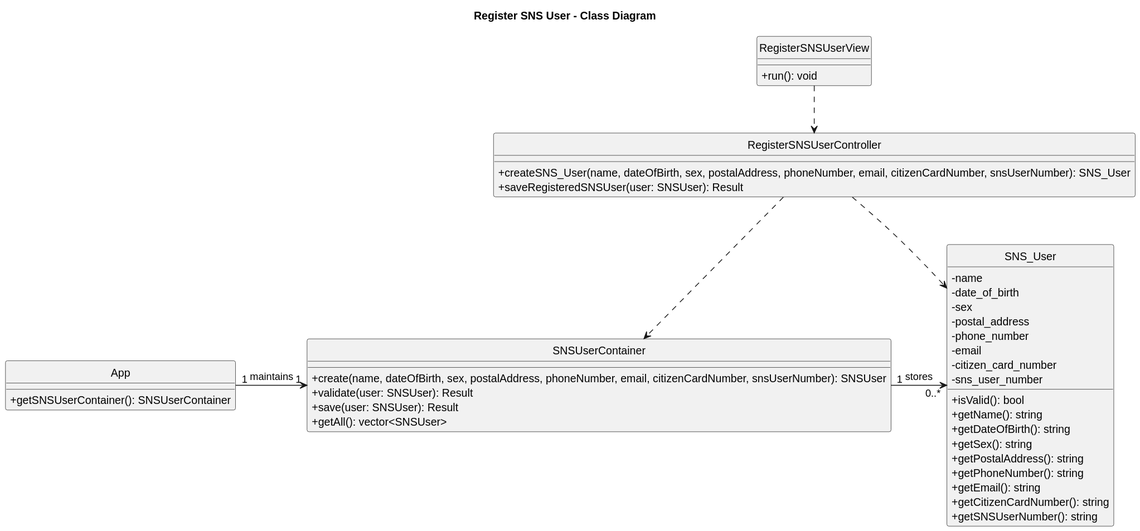
Earlier version of the PlantUML export docs/system-documentation/US20/svg/US20-CD.svg (Parafita123/leti-esoft-25-26-B1).
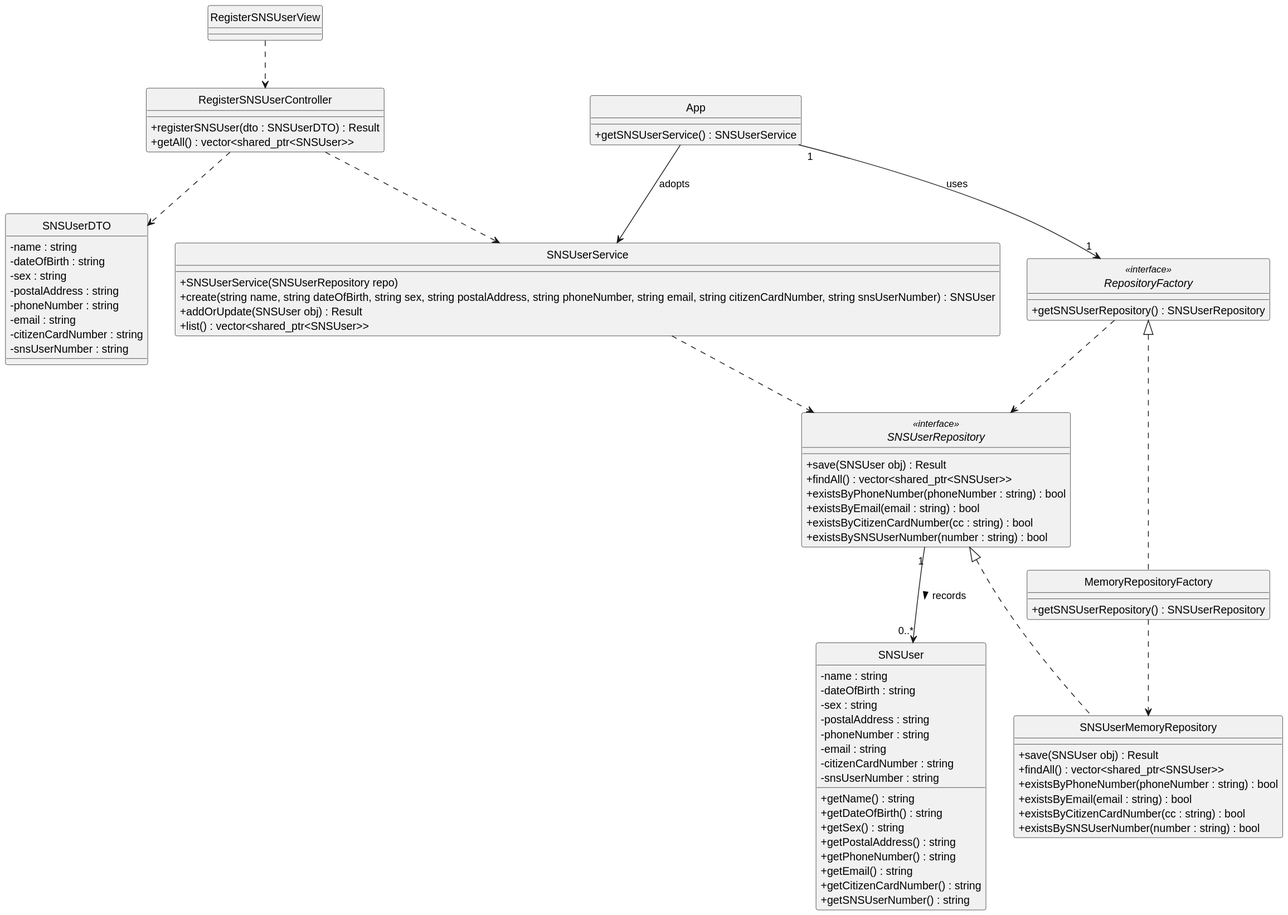
The same file after the commit.

Change to the diagram source:
```diff
@@ -3,51 +3,93 @@
 hide circle
 skinparam classAttributeIconSize 0
 
-title Register SNS User - Class Diagram
+class SNSUserDTO {
+  - name : string
+  - dateOfBirth : string
+  - sex : string
+  - postalAddress : string
+  - phoneNumber : string
+  - email : string
+  - citizenCardNumber : string
+  - snsUserNumber : string
+}
 
 class RegisterSNSUserView {
-    +run(): void
 }
 
 class RegisterSNSUserController {
-    +createSNS_User(name, dateOfBirth, sex, postalAddress, phoneNumber, email, citizenCardNumber, snsUserNumber): SNS_User
-    +saveRegisteredSNSUser(user: SNSUser): Result
-}
-
-class SNS_User {
-    - name
-    - date_of_birth
-    - sex
-    - postal_address
-    - phone_number
-    - email
-    - citizen_card_number
-    - sns_user_number
-    + isValid(): bool
-    + getName(): string
-    + getDateOfBirth(): string
-    + getSex(): string
-    + getPostalAddress(): string
-    + getPhoneNumber(): string
-    + getEmail(): string
-    + getCitizenCardNumber(): string
-    + getSNSUserNumber(): string
-}
-
-class SNSUserContainer {
-    + create(name, dateOfBirth, sex, postalAddress, phoneNumber, email, citizenCardNumber, snsUserNumber): SNSUser
-    + validate(user: SNSUser): Result
-    + save(user: SNSUser): Result
-    + getAll(): vector<SNSUser>
+  + registerSNSUser(dto : SNSUserDTO) : Result
+  + getAll() : vector<shared_ptr<SNSUser>>
 }
 
 class App {
-    + getSNSUserContainer(): SNSUserContainer
+  + getSNSUserService() : SNSUserService
+ }
+
+RegisterSNSUserView ..> RegisterSNSUserController
+RegisterSNSUserController ..> SNSUserDTO
+
+class SNSUserService {
+  + SNSUserService(SNSUserRepository repo)
+  + create(string name, string dateOfBirth, string sex, string postalAddress, string phoneNumber, string email, string citizenCardNumber, string snsUserNumber) : SNSUser
+  + addOrUpdate(SNSUser obj) : Result
+  + list() : vector<shared_ptr<SNSUser>>
 }
 
-App "1" -right-> "1" SNSUserContainer: maintains
-SNSUserContainer "1" -right-> "0..*" SNS_User: stores
-RegisterSNSUserView ..> RegisterSNSUserController
-RegisterSNSUserController ..> SNSUserContainer
-RegisterSNSUserController ..> SNS_User
+RegisterSNSUserController ..> SNSUserService
+
+interface SNSUserRepository <<interface>> {
+  + save(SNSUser obj) : Result
+  + findAll() : vector<shared_ptr<SNSUser>>
+  + existsByPhoneNumber(phoneNumber : string) : bool
+  + existsByEmail(email : string) : bool
+  + existsByCitizenCardNumber(cc : string) : bool
+  + existsBySNSUserNumber(number : string) : bool
+}
+
+class SNSUserMemoryRepository {
+  + save(SNSUser obj) : Result
+  + findAll() : vector<shared_ptr<SNSUser>>
+  + existsByPhoneNumber(phoneNumber : string) : bool
+  + existsByEmail(email : string) : bool
+  + existsByCitizenCardNumber(cc : string) : bool
+  + existsBySNSUserNumber(number : string) : bool
+}
+SNSUserMemoryRepository .up.|> SNSUserRepository
+
+interface RepositoryFactory <<interface>> {
+  + getSNSUserRepository() : SNSUserRepository
+}
+
+class MemoryRepositoryFactory {
+  + getSNSUserRepository() : SNSUserRepository
+}
+MemoryRepositoryFactory .up.|> RepositoryFactory
+MemoryRepositoryFactory .right.> SNSUserMemoryRepository
+
+App "1" -down-> "1" RepositoryFactory : uses
+App --> SNSUserService : adopts
+RepositoryFactory ..> SNSUserRepository
+SNSUserService ..> SNSUserRepository
+
+class SNSUser {
+  - name : string
+  - dateOfBirth : string
+  - sex : string
+  - postalAddress : string
+  - phoneNumber : string
+  - email : string
+  - citizenCardNumber : string
+  - snsUserNumber : string
+  + getName() : string
+  + getDateOfBirth() : string
+  + getSex() : string
+  + getPostalAddress() : string
+  + getPhoneNumber() : string
+  + getEmail() : string
+  + getCitizenCardNumber() : string
+  + getSNSUserNumber() : string
+}
+
+SNSUserRepository "1" --> "0..*" SNSUser : records >
 @enduml
```
